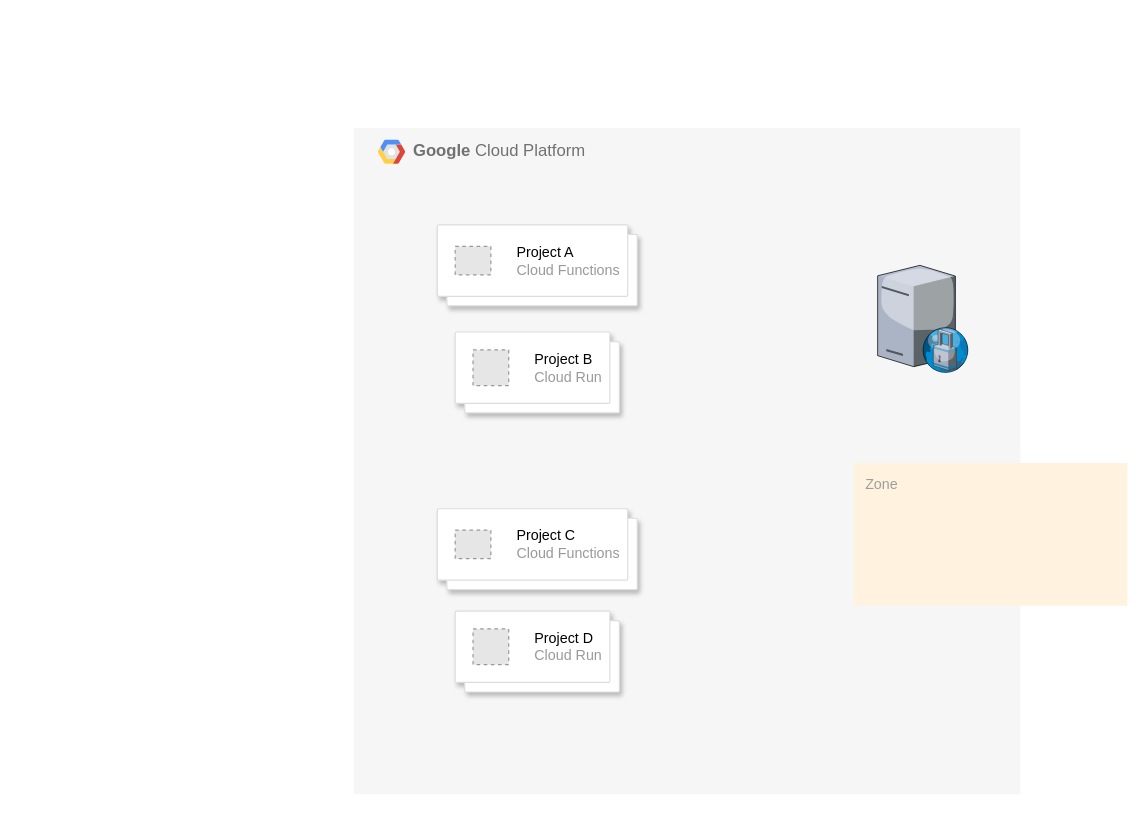
Above: charts/proxy.drawio in rmdwyer/flow-charts (draw.io), before the change. Source tidied: cells renumbered, new cells numbered last; positions are measured from the earlier drawing's top-left corner, leaving out a move shared by most shapes. Both pictures are drawn from the tidied source at 119%, with x=0, y=0 at pixel (353, 127). Pictures stored in the file or linked from it are replaced by grey dashed boxes.
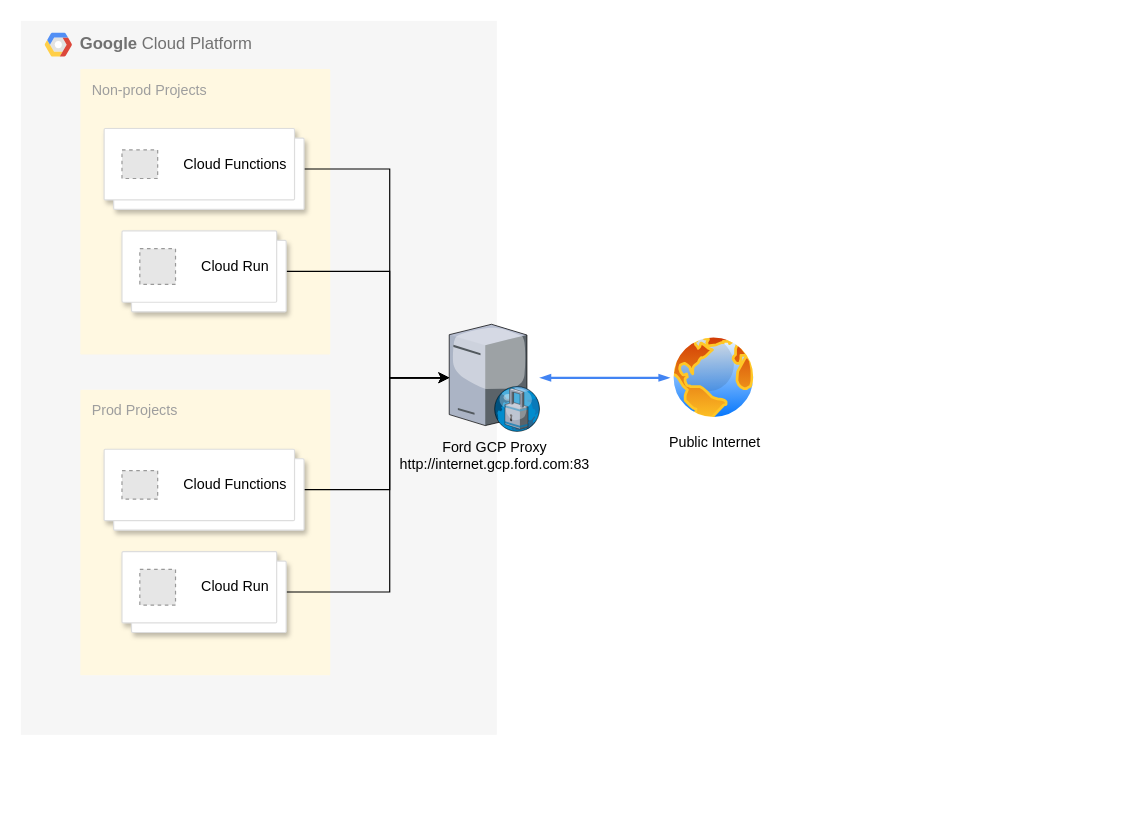
The same diagram, later.

Diff of the diagram source:
```diff
@@
-<mxGraphModel>
+<mxGraphModel background="#ffffff">
@@
     <mxCell id="2" value="&lt;b&gt;Google &lt;/b&gt;Cloud Platform" style="fillColor=#F6F6F6;strokeColor=none;shadow=0;gradientColor=none;fontSize=14;align=left;spacing=10;fontColor=#717171;9E9E9E;verticalAlign=top;spacingTop=-4;fontStyle=0;spacingLeft=40;html=1;" parent="1" vertex="1">
-      <mxGeometry width="560" height="560" as="geometry" />
+      <mxGeometry x="-280" y="-90" width="400" height="600" as="geometry" />
     </mxCell>
+    <mxCell id="14" value="Prod Projects" style="sketch=0;rounded=1;absoluteArcSize=1;arcSize=2;html=1;strokeColor=none;gradientColor=none;shadow=0;dashed=0;fontSize=12;fontColor=#9E9E9E;align=left;verticalAlign=top;spacing=10;spacingTop=-4;whiteSpace=wrap;fillColor=#FFF8E1;" parent="1" vertex="1">
+      <mxGeometry x="-230" y="220" width="210" height="240" as="geometry" />
+    </mxCell>
-    <mxCell id="3" style="verticalLabelPosition=bottom;sketch=0;html=1;verticalAlign=top;strokeColor=none;align=center;outlineConnect=0;shape=mxgraph.citrix.proxy_server;" parent="1" vertex="1">
-      <mxGeometry x="440" y="115.5" width="76.5" height="90" as="geometry" />
+    <mxCell id="3" value="Ford GCP Proxy&lt;br&gt;http://internet.gcp.ford.com:83" style="verticalLabelPosition=bottom;sketch=0;html=1;verticalAlign=top;strokeColor=none;align=center;outlineConnect=0;shape=mxgraph.citrix.proxy_server;" parent="1" vertex="1">
+      <mxGeometry x="80" y="165" width="76.5" height="90" as="geometry" />
     </mxCell>
     <mxCell id="4" style="shape=mxgraph.gcp2.google_cloud_platform;fillColor=#F6F6F6;strokeColor=none;shadow=0;gradientColor=none;" parent="1" vertex="1">
-      <mxGeometry x="20" y="10" width="23" height="20" as="geometry">
+      <mxGeometry x="-260" y="-80" width="23" height="20" as="geometry">
         <mxPoint x="20" y="10" as="offset" />
       </mxGeometry>
     </mxCell>
-    <mxCell id="5" style="shape=mxgraph.gcp2.doubleRect;strokeColor=#dddddd;shadow=1;strokeWidth=1;rounded=1;absoluteArcSize=1;arcSize=2;" parent="1" vertex="1">
-      <mxGeometry x="70" y="81.5" width="168" height="68" as="geometry" />
-    </mxCell>
-    <mxCell id="6" value="&lt;font color=&quot;#000000&quot;&gt;Project A&lt;/font&gt;&lt;br&gt;Cloud Functions" style="fillColor=#E6E6E6;strokeColor=#999999;dashed=1;html=1;fontColor=#999999;verticalLabelPosition=middle;labelBackgroundColor=#ffffff;verticalAlign=middle;labelPosition=right;align=left;spacingLeft=20;" parent="5" vertex="1">
-      <mxGeometry width="30" height="24" relative="1" as="geometry">
-        <mxPoint x="15" y="18" as="offset" />
-      </mxGeometry>
-    </mxCell>
-    <mxCell id="7" value="Zone" style="sketch=0;rounded=1;absoluteArcSize=1;arcSize=2;html=1;strokeColor=none;gradientColor=none;shadow=0;dashed=0;fontSize=12;fontColor=#9E9E9E;align=left;verticalAlign=top;spacing=10;spacingTop=-4;whiteSpace=wrap;fillColor=#FFF3E0;" parent="5" vertex="1">
-      <mxGeometry width="230" height="120" relative="1" as="geometry">
-        <mxPoint x="350" y="200" as="offset" />
-      </mxGeometry>
-    </mxCell>
+    <mxCell id="15" style="edgeStyle=orthogonalEdgeStyle;rounded=0;jettySize=auto;html=1;exitX=1;exitY=0.5;exitDx=0;exitDy=0;" parent="1" edge="1" source="8" target="3">
+      <mxGeometry relative="1" as="geometry">
+        <Array as="points">
+          <mxPoint x="30" y="304" />
+          <mxPoint x="30" y="210" />
+        </Array>
+      </mxGeometry>
+    </mxCell>
     <mxCell id="8" style="shape=mxgraph.gcp2.doubleRect;strokeColor=#dddddd;shadow=1;strokeWidth=1;rounded=1;absoluteArcSize=1;arcSize=2;" parent="1" vertex="1">
-      <mxGeometry x="70" y="320" width="168" height="68" as="geometry" />
+      <mxGeometry x="-210" y="270" width="168" height="68" as="geometry" />
     </mxCell>
-    <mxCell id="9" value="&lt;font color=&quot;#000000&quot;&gt;Project C&lt;/font&gt;&lt;br&gt;Cloud Functions" style="fillColor=#E6E6E6;strokeColor=#999999;dashed=1;html=1;fontColor=#999999;verticalLabelPosition=middle;labelBackgroundColor=#ffffff;verticalAlign=middle;labelPosition=right;align=left;spacingLeft=20;" parent="8" vertex="1">
+    <mxCell id="9" value="&lt;font color=&quot;#000000&quot;&gt;Cloud Functions&lt;/font&gt;" style="fillColor=#E6E6E6;strokeColor=#999999;dashed=1;html=1;fontColor=#999999;verticalLabelPosition=middle;labelBackgroundColor=#ffffff;verticalAlign=middle;labelPosition=right;align=left;spacingLeft=20;" parent="8" vertex="1">
       <mxGeometry width="30" height="24" relative="1" as="geometry">
         <mxPoint x="15" y="18" as="offset" />
       </mxGeometry>
     </mxCell>
-    <mxCell id="10" style="shape=mxgraph.gcp2.doubleRect;strokeColor=#dddddd;shadow=1;strokeWidth=1;rounded=1;absoluteArcSize=1;arcSize=2;" parent="1" vertex="1">
-      <mxGeometry x="85" y="171.5" width="138" height="68" as="geometry" />
-    </mxCell>
-    <mxCell id="11" value="&lt;font color=&quot;#000000&quot;&gt;Project B&lt;br&gt;&lt;/font&gt;Cloud Run" style="fillColor=#E6E6E6;strokeColor=#999999;dashed=1;html=1;fontColor=#999999;verticalLabelPosition=middle;labelBackgroundColor=#ffffff;verticalAlign=middle;labelPosition=right;align=left;spacingLeft=20;" parent="10" vertex="1">
-      <mxGeometry width="30" height="30" relative="1" as="geometry">
-        <mxPoint x="15" y="15" as="offset" />
-      </mxGeometry>
-    </mxCell>
+    <mxCell id="16" style="edgeStyle=orthogonalEdgeStyle;rounded=0;jettySize=auto;html=1;exitX=1;exitY=0.5;exitDx=0;exitDy=0;" parent="1" edge="1" source="12" target="3">
+      <mxGeometry relative="1" as="geometry">
+        <Array as="points">
+          <mxPoint x="30" y="390" />
+          <mxPoint x="30" y="210" />
+        </Array>
+      </mxGeometry>
+    </mxCell>
     <mxCell id="12" style="shape=mxgraph.gcp2.doubleRect;strokeColor=#dddddd;shadow=1;strokeWidth=1;rounded=1;absoluteArcSize=1;arcSize=2;" parent="1" vertex="1">
-      <mxGeometry x="85" y="406" width="138" height="68" as="geometry" />
+      <mxGeometry x="-195" y="356" width="138" height="68" as="geometry" />
     </mxCell>
-    <mxCell id="13" value="&lt;font color=&quot;#000000&quot;&gt;Project D&lt;/font&gt;&lt;br&gt;Cloud Run" style="fillColor=#E6E6E6;strokeColor=#999999;dashed=1;html=1;fontColor=#999999;verticalLabelPosition=middle;labelBackgroundColor=#ffffff;verticalAlign=middle;labelPosition=right;align=left;spacingLeft=20;" parent="12" vertex="1">
+    <mxCell id="13" value="&lt;font color=&quot;#000000&quot;&gt;Cloud Run&lt;/font&gt;" style="fillColor=#E6E6E6;strokeColor=#999999;dashed=1;html=1;fontColor=#999999;verticalLabelPosition=middle;labelBackgroundColor=#ffffff;verticalAlign=middle;labelPosition=right;align=left;spacingLeft=20;" parent="12" vertex="1">
       <mxGeometry width="30" height="30" relative="1" as="geometry">
         <mxPoint x="15" y="15" as="offset" />
       </mxGeometry>
     </mxCell>
+    <mxCell id="17" value="Non-prod Projects" style="sketch=0;rounded=1;absoluteArcSize=1;arcSize=2;html=1;strokeColor=none;gradientColor=none;shadow=0;dashed=0;fontSize=12;fontColor=#9E9E9E;align=left;verticalAlign=top;spacing=10;spacingTop=-4;whiteSpace=wrap;fillColor=#FFF8E1;" parent="1" vertex="1">
+      <mxGeometry x="-230" y="-49.5" width="210" height="240" as="geometry" />
+    </mxCell>
+    <mxCell id="18" style="edgeStyle=orthogonalEdgeStyle;rounded=0;jettySize=auto;html=1;" parent="1" edge="1" source="19" target="3">
+      <mxGeometry relative="1" as="geometry">
+        <Array as="points">
+          <mxPoint x="30" y="35" />
+          <mxPoint x="30" y="210" />
+        </Array>
+      </mxGeometry>
+    </mxCell>
+    <mxCell id="19" style="shape=mxgraph.gcp2.doubleRect;strokeColor=#dddddd;shadow=1;strokeWidth=1;rounded=1;absoluteArcSize=1;arcSize=2;" parent="1" vertex="1">
+      <mxGeometry x="-210" y="0.5" width="168" height="68" as="geometry" />
+    </mxCell>
+    <mxCell id="20" value="&lt;font color=&quot;#000000&quot;&gt;Cloud Functions&lt;/font&gt;" style="fillColor=#E6E6E6;strokeColor=#999999;dashed=1;html=1;fontColor=#999999;verticalLabelPosition=middle;labelBackgroundColor=#ffffff;verticalAlign=middle;labelPosition=right;align=left;spacingLeft=20;" parent="19" vertex="1">
+      <mxGeometry width="30" height="24" relative="1" as="geometry">
+        <mxPoint x="15" y="18" as="offset" />
+      </mxGeometry>
+    </mxCell>
+    <mxCell id="21" style="edgeStyle=orthogonalEdgeStyle;rounded=0;jettySize=auto;html=1;exitX=1;exitY=0.5;exitDx=0;exitDy=0;" parent="1" edge="1" source="22" target="3">
+      <mxGeometry relative="1" as="geometry">
+        <Array as="points">
+          <mxPoint x="30" y="121" />
+          <mxPoint x="30" y="210" />
+        </Array>
+      </mxGeometry>
+    </mxCell>
+    <mxCell id="22" style="shape=mxgraph.gcp2.doubleRect;strokeColor=#dddddd;shadow=1;strokeWidth=1;rounded=1;absoluteArcSize=1;arcSize=2;" parent="1" vertex="1">
+      <mxGeometry x="-195" y="86.5" width="138" height="68" as="geometry" />
+    </mxCell>
+    <mxCell id="23" value="&lt;font color=&quot;#000000&quot;&gt;Cloud Run&lt;/font&gt;" style="fillColor=#E6E6E6;strokeColor=#999999;dashed=1;html=1;fontColor=#999999;verticalLabelPosition=middle;labelBackgroundColor=#ffffff;verticalAlign=middle;labelPosition=right;align=left;spacingLeft=20;" parent="22" vertex="1">
+      <mxGeometry width="30" height="30" relative="1" as="geometry">
+        <mxPoint x="15" y="15" as="offset" />
+      </mxGeometry>
+    </mxCell>
+    <mxCell id="24" value="Public Internet" style="image;perimeter=ellipsePerimeter;html=1;align=center;shadow=0;dashed=0;spacingTop=3;image=img/lib/active_directory/internet_globe.svg;" parent="1" vertex="1">
+      <mxGeometry x="265" y="172.5" width="75" height="75" as="geometry" />
+    </mxCell>
+    <mxCell id="25" style="edgeStyle=orthogonalEdgeStyle;fontSize=12;html=1;endArrow=blockThin;endFill=1;rounded=0;strokeWidth=2;endSize=4;startSize=4;dashed=0;strokeColor=#4284F3;entryX=0;entryY=0.5;entryDx=0;entryDy=0;startArrow=blockThin;startFill=1;" parent="1" edge="1" source="3" target="24">
+      <mxGeometry relative="1" as="geometry" />
+    </mxCell>
```
